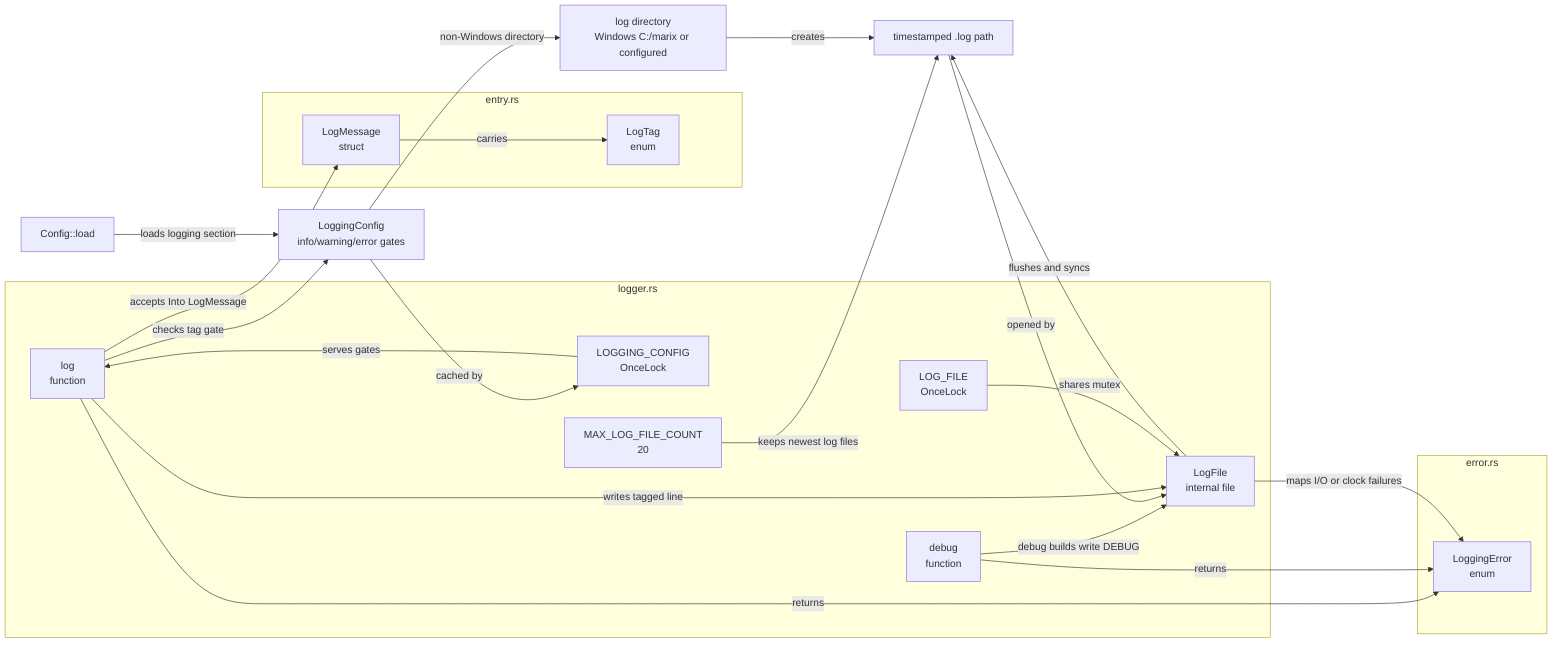
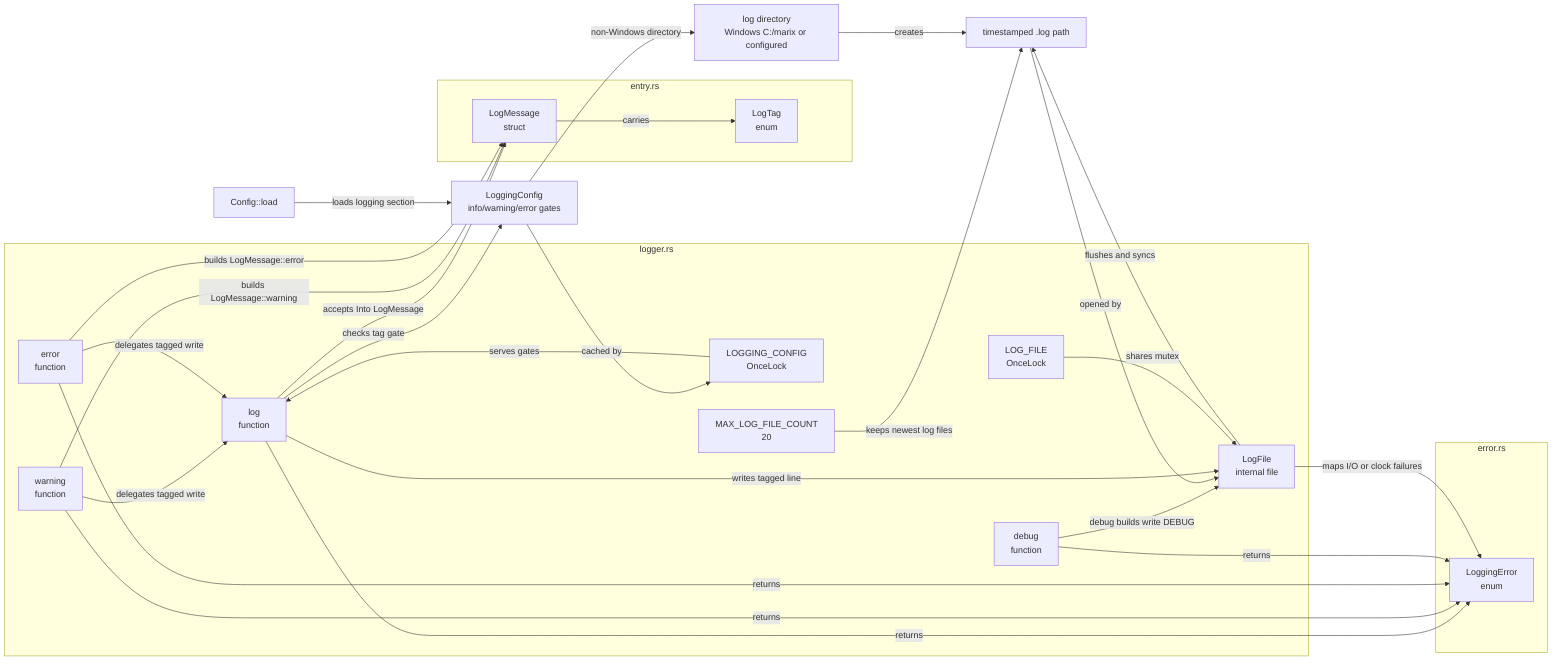
flowchart LR
  subgraph entry_rs["entry.rs"]
    LogMessage["LogMessage\nstruct"]
    LogTag["LogTag\nenum"]
  end

  subgraph error_rs["error.rs"]
    LoggingError["LoggingError\nenum"]
  end

  subgraph logger_rs["logger.rs"]
    LogFn["log\nfunction"]
+     WarningFn["warning\nfunction"]
+     ErrorFn["error\nfunction"]
    DebugFn["debug\nfunction"]
    ConfigCache["LOGGING_CONFIG\nOnceLock"]
    FileCache["LOG_FILE\nOnceLock"]
    LogFile["LogFile\ninternal file"]
    PrunePolicy["MAX_LOG_FILE_COUNT\n20"]
  end

  Config["Config::load"]
  LoggingConfig["LoggingConfig\ninfo/warning/error gates"]
  Directory["log directory\nWindows C:/marix or configured"]
  LogPath["timestamped .log path"]

  LogFn -->|"accepts Into LogMessage"| LogMessage
+   WarningFn -->|"builds LogMessage::warning"| LogMessage
+   ErrorFn -->|"builds LogMessage::error"| LogMessage
+   WarningFn -->|"delegates tagged write"| LogFn
+   ErrorFn -->|"delegates tagged write"| LogFn
  LogMessage -->|"carries"| LogTag
  LogFn -->|"checks tag gate"| LoggingConfig
  DebugFn -->|"debug builds write DEBUG"| LogFile
  Config -->|"loads logging section"| LoggingConfig
  LoggingConfig -->|"cached by"| ConfigCache
  ConfigCache -->|"serves gates"| LogFn
  LoggingConfig -->|"non-Windows directory"| Directory
  Directory -->|"creates"| LogPath
  PrunePolicy -->|"keeps newest log files"| LogPath
  LogPath -->|"opened by"| LogFile
  LogFn -->|"writes tagged line"| LogFile
  FileCache -->|"shares mutex"| LogFile
  LogFile -->|"flushes and syncs"| LogPath
  LogFn -->|"returns"| LoggingError
+   WarningFn -->|"returns"| LoggingError
+   ErrorFn -->|"returns"| LoggingError
  DebugFn -->|"returns"| LoggingError
  LogFile -->|"maps I/O or clock failures"| LoggingError
